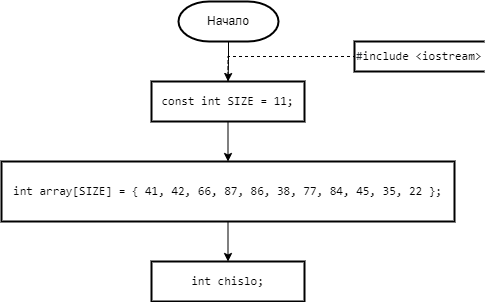
This is Labs/Сортировка пузырьком.png from IlyaFedoseev227/LABS-PNRPU-IVT-22-1b, a draw.io export, as it was before one commit. Source tidied: cells renumbered, new cells last; positions are measured from the earlier drawing's top-left corner, leaving out a move shared by most shapes.
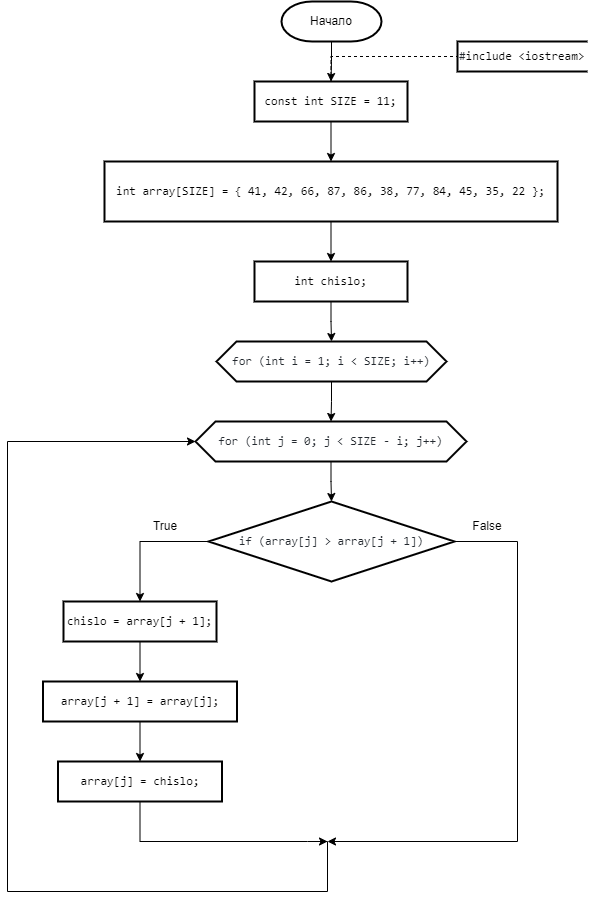
The same diagram one commit later.

Diff of the diagram source:
```diff
@@ -20,6 +20,9 @@
     <mxCell id="7" value="&lt;div style=&quot;text-align: start;&quot;&gt;&lt;font face=&quot;ui-monospace, SFMono-Regular, SF Mono, Menlo, Consolas, Liberation Mono, monospace&quot;&gt;int array[SIZE] = { 41, 42, 66, 87, 86, 38, 77, 84, 45, 35, 22 };&lt;/font&gt;&lt;br&gt;&lt;/div&gt;" style="shape=parallelogram;perimeter=parallelogramPerimeter;whiteSpace=wrap;html=1;fixedSize=1;strokeWidth=2;size=-6;" parent="1" vertex="1">
       <mxGeometry y="160" width="453" height="60" as="geometry" />
     </mxCell>
+    <mxCell id="11" style="edgeStyle=orthogonalEdgeStyle;rounded=0;jettySize=auto;html=1;exitX=0.5;exitY=1;exitDx=0;exitDy=0;entryX=0.5;entryY=0;entryDx=0;entryDy=0;" parent="1" edge="1" source="8" target="13">
+      <mxGeometry relative="1" as="geometry" />
+    </mxCell>
     <mxCell id="8" value="&lt;div style=&quot;text-align: start;&quot;&gt;&lt;font face=&quot;ui-monospace, SFMono-Regular, SF Mono, Menlo, Consolas, Liberation Mono, monospace&quot;&gt;int chislo;&lt;/font&gt;&lt;br&gt;&lt;/div&gt;" style="shape=parallelogram;perimeter=parallelogramPerimeter;whiteSpace=wrap;html=1;fixedSize=1;strokeWidth=2;size=-6;" parent="1" vertex="1">
       <mxGeometry x="150" y="260" width="153" height="40" as="geometry" />
     </mxCell>
@@ -29,5 +32,73 @@
     <mxCell id="10" value="&lt;span style=&quot;color: rgb(36, 41, 47); font-family: ui-monospace, SFMono-Regular, &amp;quot;SF Mono&amp;quot;, Menlo, Consolas, &amp;quot;Liberation Mono&amp;quot;, monospace; background-color: rgb(255, 255, 255);&quot;&gt;#&lt;/span&gt;&lt;span style=&quot;box-sizing: border-box; color: var(--color-prettylights-syntax-keyword); font-family: ui-monospace, SFMono-Regular, &amp;quot;SF Mono&amp;quot;, Menlo, Consolas, &amp;quot;Liberation Mono&amp;quot;, monospace; background-color: rgb(255, 255, 255);&quot; class=&quot;pl-k&quot;&gt;include&lt;/span&gt;&lt;span style=&quot;color: rgb(36, 41, 47); font-family: ui-monospace, SFMono-Regular, &amp;quot;SF Mono&amp;quot;, Menlo, Consolas, &amp;quot;Liberation Mono&amp;quot;, monospace; background-color: rgb(255, 255, 255);&quot;&gt; &lt;/span&gt;&lt;span style=&quot;box-sizing: border-box; color: var(--color-prettylights-syntax-string); font-family: ui-monospace, SFMono-Regular, &amp;quot;SF Mono&amp;quot;, Menlo, Consolas, &amp;quot;Liberation Mono&amp;quot;, monospace; background-color: rgb(255, 255, 255);&quot; class=&quot;pl-s&quot;&gt;&lt;span style=&quot;box-sizing: border-box; color: var(--color-prettylights-syntax-string);&quot; class=&quot;pl-pds&quot;&gt;&amp;lt;iostream&lt;/span&gt;&lt;span style=&quot;box-sizing: border-box; color: var(--color-prettylights-syntax-string);&quot; class=&quot;pl-pds&quot;&gt;&amp;gt;&lt;/span&gt;&lt;/span&gt;" style="strokeWidth=2;html=1;shape=mxgraph.flowchart.annotation_1;align=left;" parent="1" vertex="1">
       <mxGeometry x="353" y="40" width="130" height="30" as="geometry" />
     </mxCell>
+    <mxCell id="12" style="edgeStyle=orthogonalEdgeStyle;rounded=0;jettySize=auto;html=1;exitX=0.5;exitY=1;exitDx=0;exitDy=0;" parent="1" edge="1" source="13" target="15">
+      <mxGeometry relative="1" as="geometry" />
+    </mxCell>
+    <mxCell id="13" value="&lt;div style=&quot;text-align: start;&quot;&gt;&lt;span style=&quot;background-color: initial;&quot;&gt;&lt;font face=&quot;ui-monospace, SFMono-Regular, SF Mono, Menlo, Consolas, Liberation Mono, monospace&quot; color=&quot;#24292f&quot;&gt;for (int i = 1; i &amp;lt; SIZE; i++)&lt;/font&gt;&lt;/span&gt;&lt;/div&gt;" style="shape=hexagon;perimeter=hexagonPerimeter2;whiteSpace=wrap;html=1;fixedSize=1;strokeWidth=2;" parent="1" vertex="1">
+      <mxGeometry x="112" y="340" width="230" height="40" as="geometry" />
+    </mxCell>
+    <mxCell id="14" style="edgeStyle=orthogonalEdgeStyle;rounded=0;jettySize=auto;html=1;exitX=0.5;exitY=1;exitDx=0;exitDy=0;" parent="1" edge="1" source="15" target="19">
+      <mxGeometry relative="1" as="geometry" />
+    </mxCell>
+    <mxCell id="15" value="&lt;div style=&quot;text-align: start;&quot;&gt;&lt;font face=&quot;ui-monospace, SFMono-Regular, SF Mono, Menlo, Consolas, Liberation Mono, monospace&quot; color=&quot;#24292f&quot;&gt;for (int j = 0; j &amp;lt; SIZE - i; j++)&lt;/font&gt;&lt;br&gt;&lt;/div&gt;" style="shape=hexagon;perimeter=hexagonPerimeter2;whiteSpace=wrap;html=1;fixedSize=1;strokeWidth=2;" parent="1" vertex="1">
+      <mxGeometry x="91" y="420" width="271" height="40" as="geometry" />
+    </mxCell>
+    <mxCell id="16" style="edgeStyle=orthogonalEdgeStyle;rounded=0;jettySize=auto;html=1;exitX=0;exitY=0.5;exitDx=0;exitDy=0;entryX=0.5;entryY=0;entryDx=0;entryDy=0;" parent="1" edge="1" source="19" target="23">
+      <mxGeometry relative="1" as="geometry" />
+    </mxCell>
+    <mxCell id="17" style="edgeStyle=orthogonalEdgeStyle;rounded=0;jettySize=auto;html=1;exitX=1;exitY=0.5;exitDx=0;exitDy=0;" parent="1" edge="1" source="19">
+      <mxGeometry relative="1" as="geometry">
+        <mxPoint x="223" y="840" as="targetPoint" />
+        <Array as="points">
+          <mxPoint x="413" y="540" />
+          <mxPoint x="413" y="840" />
+        </Array>
+      </mxGeometry>
+    </mxCell>
+    <mxCell id="18" style="edgeStyle=orthogonalEdgeStyle;rounded=0;jettySize=auto;html=1;entryX=0;entryY=0.5;entryDx=0;entryDy=0;" parent="1" edge="1" target="15">
+      <mxGeometry relative="1" as="geometry">
+        <mxPoint x="207" y="840" as="sourcePoint" />
+        <Array as="points">
+          <mxPoint x="223" y="840" />
+          <mxPoint x="223" y="890" />
+          <mxPoint x="-97" y="890" />
+          <mxPoint x="-97" y="440" />
+        </Array>
+      </mxGeometry>
+    </mxCell>
+    <mxCell id="19" value="&lt;div style=&quot;text-align: start;&quot;&gt;&lt;span style=&quot;background-color: initial;&quot;&gt;&lt;font face=&quot;ui-monospace, SFMono-Regular, SF Mono, Menlo, Consolas, Liberation Mono, monospace&quot; color=&quot;#24292f&quot;&gt;if (array[j] &amp;gt; array[j + 1])&lt;/font&gt;&lt;/span&gt;&lt;/div&gt;" style="rhombus;whiteSpace=wrap;html=1;strokeWidth=2;" parent="1" vertex="1">
+      <mxGeometry x="104" y="500" width="246" height="80" as="geometry" />
+    </mxCell>
+    <mxCell id="20" value="True" style="text;html=1;strokeColor=none;fillColor=none;align=center;verticalAlign=middle;whiteSpace=wrap;rounded=0;strokeWidth=2;" parent="1" vertex="1">
+      <mxGeometry x="31" y="510" width="60" height="30" as="geometry" />
+    </mxCell>
+    <mxCell id="21" value="False" style="text;html=1;strokeColor=none;fillColor=none;align=center;verticalAlign=middle;whiteSpace=wrap;rounded=0;strokeWidth=2;" parent="1" vertex="1">
+      <mxGeometry x="353" y="510" width="60" height="30" as="geometry" />
+    </mxCell>
+    <mxCell id="22" style="edgeStyle=orthogonalEdgeStyle;rounded=0;jettySize=auto;html=1;exitX=0.5;exitY=1;exitDx=0;exitDy=0;" parent="1" edge="1" source="23" target="25">
+      <mxGeometry relative="1" as="geometry" />
+    </mxCell>
+    <mxCell id="23" value="&lt;div style=&quot;text-align: start;&quot;&gt;&lt;font face=&quot;ui-monospace, SFMono-Regular, SF Mono, Menlo, Consolas, Liberation Mono, monospace&quot;&gt;chislo = array[j + 1];&lt;/font&gt;&lt;br&gt;&lt;/div&gt;" style="shape=parallelogram;perimeter=parallelogramPerimeter;whiteSpace=wrap;html=1;fixedSize=1;strokeWidth=2;size=-6;" parent="1" vertex="1">
+      <mxGeometry x="-41" y="600" width="153" height="40" as="geometry" />
+    </mxCell>
+    <mxCell id="24" style="edgeStyle=orthogonalEdgeStyle;rounded=0;jettySize=auto;html=1;exitX=0.5;exitY=1;exitDx=0;exitDy=0;" parent="1" edge="1" source="25" target="27">
+      <mxGeometry relative="1" as="geometry" />
+    </mxCell>
+    <mxCell id="25" value="&lt;div style=&quot;text-align: start;&quot;&gt;&lt;font face=&quot;ui-monospace, SFMono-Regular, SF Mono, Menlo, Consolas, Liberation Mono, monospace&quot;&gt;array[j + 1] = array[j];&lt;/font&gt;&lt;br&gt;&lt;/div&gt;" style="shape=parallelogram;perimeter=parallelogramPerimeter;whiteSpace=wrap;html=1;fixedSize=1;strokeWidth=2;size=-6;" parent="1" vertex="1">
+      <mxGeometry x="-61.5" y="680" width="194" height="40" as="geometry" />
+    </mxCell>
+    <mxCell id="26" style="edgeStyle=orthogonalEdgeStyle;rounded=0;jettySize=auto;html=1;exitX=0.5;exitY=1;exitDx=0;exitDy=0;" parent="1" edge="1" source="27">
+      <mxGeometry relative="1" as="geometry">
+        <mxPoint x="223" y="840" as="targetPoint" />
+        <Array as="points">
+          <mxPoint x="36" y="840" />
+          <mxPoint x="203" y="840" />
+        </Array>
+      </mxGeometry>
+    </mxCell>
+    <mxCell id="27" value="&lt;div style=&quot;text-align: start;&quot;&gt;&lt;font face=&quot;ui-monospace, SFMono-Regular, SF Mono, Menlo, Consolas, Liberation Mono, monospace&quot;&gt;array[j] = chislo;&lt;/font&gt;&lt;br&gt;&lt;/div&gt;" style="shape=parallelogram;perimeter=parallelogramPerimeter;whiteSpace=wrap;html=1;fixedSize=1;strokeWidth=2;size=-6;" parent="1" vertex="1">
+      <mxGeometry x="-46.5" y="760" width="164" height="40" as="geometry" />
+    </mxCell>
   </root>
 </mxGraphModel>
```
